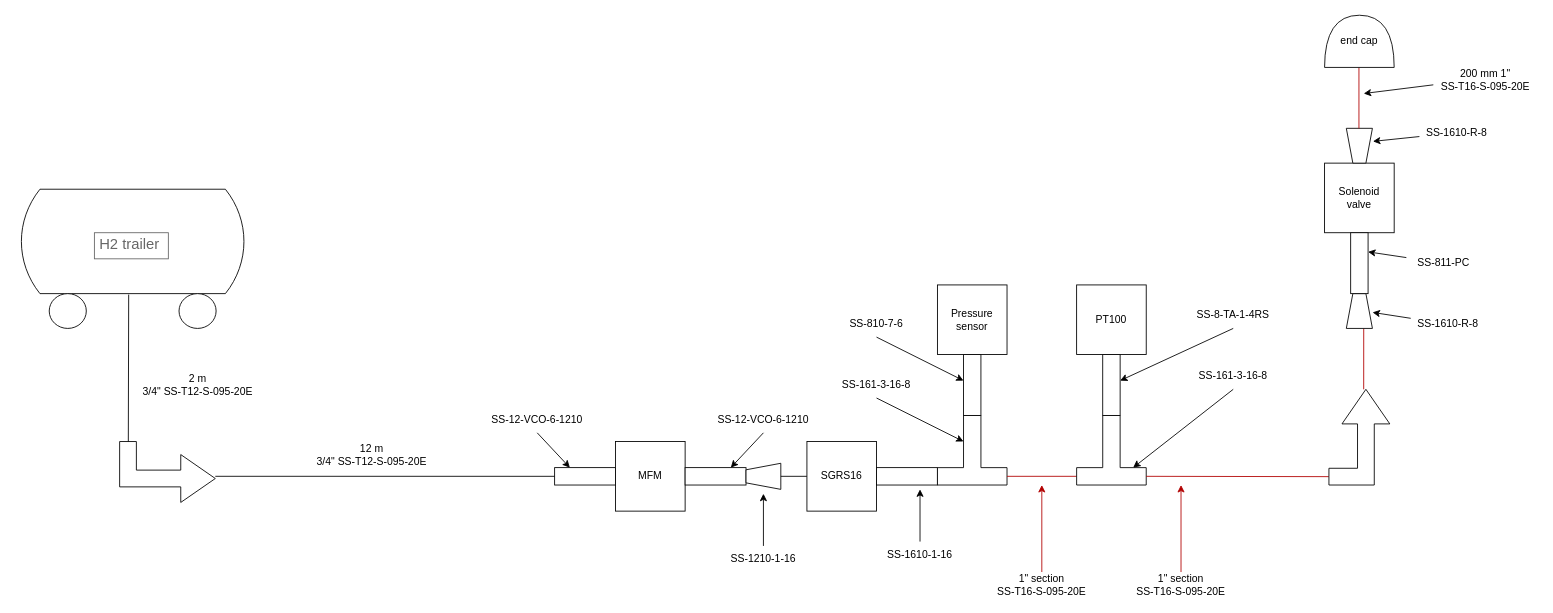
Above: deyalyedIgnitionFullsetup.drawio in gatw/draw_io (draw.io), before the change. Source tidied: cells renumbered, new cells numbered last; positions are measured from the earlier drawing's top-left corner, leaving out a move shared by most shapes. Both pictures are drawn from the tidied source at 87%, with x=0, y=0 at pixel (15, 6).
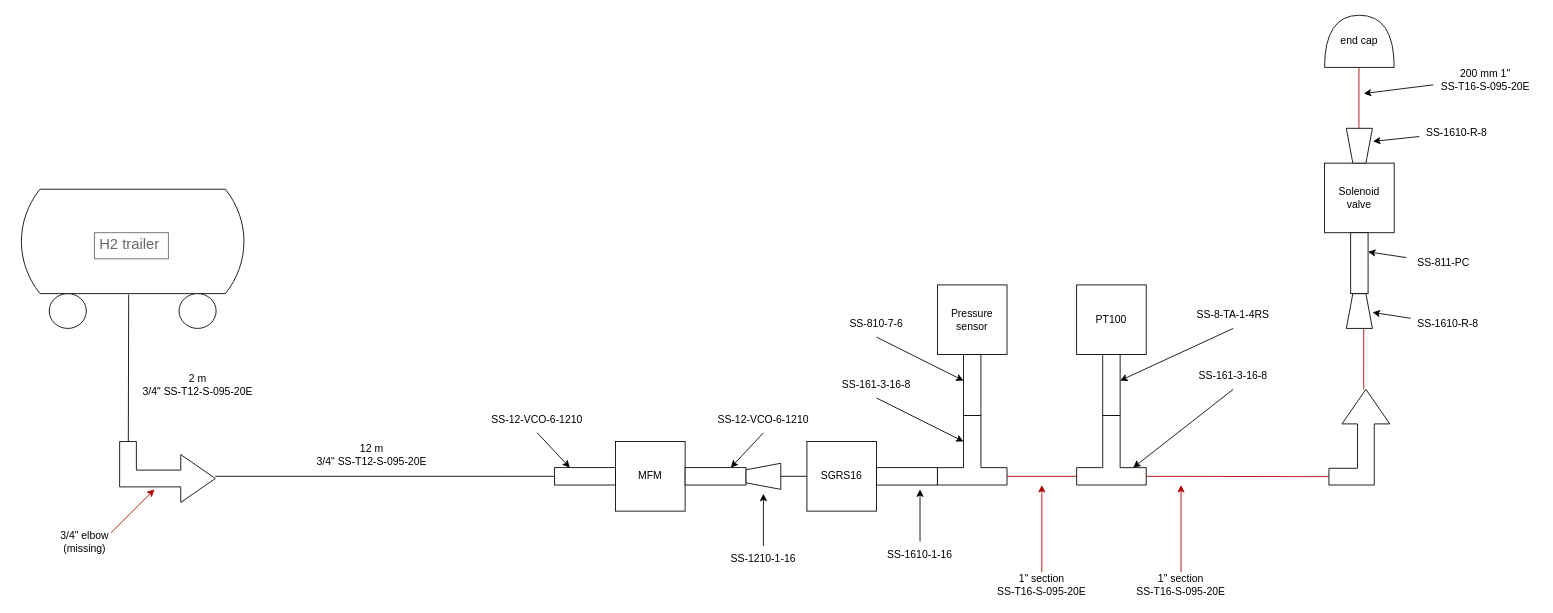
The same page after the edit.

Commit message:
added "elbow missing"

What changed in the source:
```diff
@@
+    <mxCell id="63" value="&lt;div&gt;3/4&quot; elbow&lt;/div&gt;&lt;div&gt;(missing)&lt;/div&gt;" style="text;html=1;whiteSpace=wrap;strokeColor=none;fillColor=none;align=center;verticalAlign=middle;rounded=0;fontColor=light-dark(#000000,#FF0000);" parent="1" vertex="1">
+      <mxGeometry x="20" y="600" width="120" height="30" as="geometry" />
+    </mxCell>
+    <mxCell id="64" style="endArrow=classic;html=1;rounded=0;defaultLabelBackgroundColor=page;fillColor=#e51400;strokeColor=#B20000;" parent="1" edge="1">
+      <mxGeometry relative="1" as="geometry">
+        <mxPoint x="110" y="605" as="sourcePoint" />
+        <mxPoint x="160" y="555" as="targetPoint" />
+      </mxGeometry>
+    </mxCell>
```
